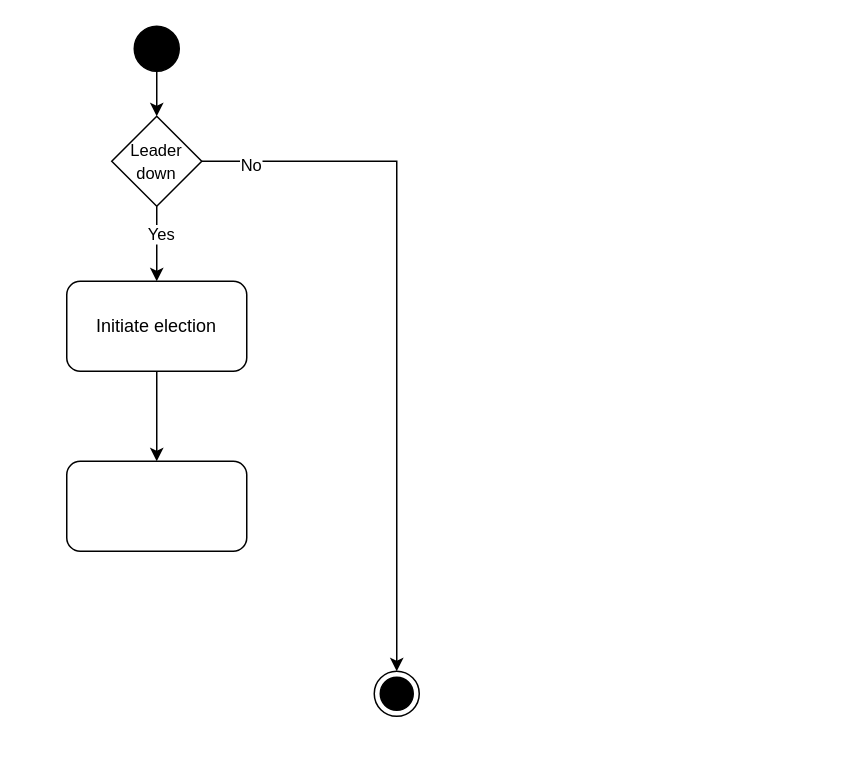
This is page "Activity Diagram" (1 of 2) of Bully/bad bully.drawio from jakoblund2/DS-Leader-Election, a draw.io file, before an edit. Source tidied: cells renumbered, new cells numbered last; positions are measured from the earlier drawing's top-left corner, leaving out a move shared by most shapes. Both pictures are drawn from the tidied source at 150%, with x=0, y=0 at pixel (66, 26).
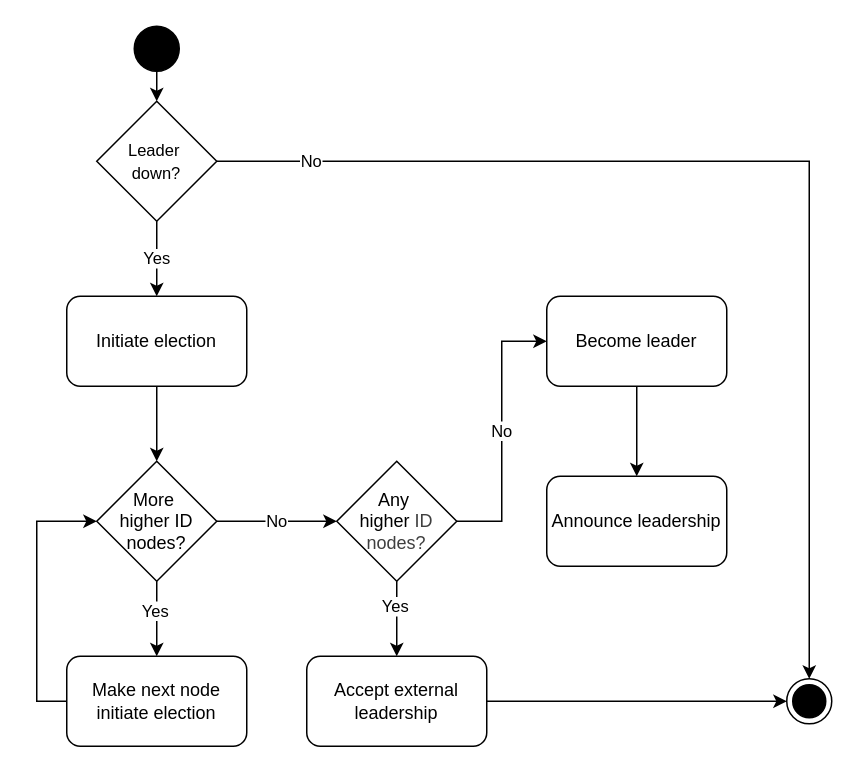
The same diagram, later.

Commit message (it also covers changes not shown here):
activity diagrams

What changed in the source:
```diff
@@
-    <mxCell id="4" style="edgeStyle=none;html=1;exitX=0.5;exitY=1;exitDx=0;exitDy=0;entryX=0.5;entryY=0;entryDx=0;entryDy=0;" parent="1" edge="1" source="8" target="11">
+    <mxCell id="4" value="Yes" style="edgeStyle=none;html=1;exitX=0.5;exitY=1;exitDx=0;exitDy=0;entryX=0.5;entryY=0;entryDx=0;entryDy=0;" parent="1" edge="1" source="8" target="11">
       <mxGeometry relative="1" as="geometry" />
     </mxCell>
-    <mxCell id="5" value="Yes" style="edgeLabel;html=1;align=center;verticalAlign=middle;" parent="4" vertex="1">
-      <mxGeometry x="-0.29" y="2" relative="1" as="geometry" />
-    </mxCell>
-    <mxCell id="6" style="edgeStyle=orthogonalEdgeStyle;html=1;exitX=1;exitY=0.5;exitDx=0;exitDy=0;entryX=0.5;entryY=0;entryDx=0;entryDy=0;rounded=0;curved=0;" parent="1" edge="1" source="8" target="9">
-      <mxGeometry relative="1" as="geometry" />
-    </mxCell>
-    <mxCell id="7" value="No" style="edgeLabel;html=1;align=center;verticalAlign=middle;" parent="6" vertex="1">
-      <mxGeometry x="-0.86" y="-2" relative="1" as="geometry">
-        <mxPoint x="-1" as="offset" />
-      </mxGeometry>
-    </mxCell>
-    <mxCell id="8" value="&lt;font style=&quot;font-size: 11px;&quot;&gt;Leader down&lt;/font&gt;" style="rhombus;whiteSpace=wrap;html=1;" parent="1" vertex="1">
-      <mxGeometry x="30" y="60" width="60" height="60" as="geometry" />
+    <mxCell id="8" value="&lt;font style=&quot;font-size: 11px;&quot;&gt;Leader&amp;nbsp;&lt;/font&gt;&lt;div&gt;&lt;font style=&quot;font-size: 11px;&quot;&gt;down?&lt;/font&gt;&lt;/div&gt;" style="rhombus;whiteSpace=wrap;html=1;" parent="1" vertex="1">
+      <mxGeometry x="20" y="50" width="80" height="80" as="geometry" />
     </mxCell>
     <mxCell id="9" style="ellipse;html=1;shape=endState;fillColor=strokeColor;" parent="1" vertex="1">
-      <mxGeometry x="205" y="430" width="30" height="30" as="geometry" />
+      <mxGeometry x="480" y="435" width="30" height="30" as="geometry" />
     </mxCell>
-    <mxCell id="10" style="edgeStyle=none;html=1;exitX=0.5;exitY=1;exitDx=0;exitDy=0;entryX=0.5;entryY=0;entryDx=0;entryDy=0;" parent="1" edge="1" source="11" target="12">
-      <mxGeometry relative="1" as="geometry" />
-    </mxCell>
+    <mxCell id="13" style="edgeStyle=none;html=1;exitX=0.5;exitY=1;exitDx=0;exitDy=0;entryX=0.5;entryY=0;entryDx=0;entryDy=0;" parent="1" edge="1" source="11" target="17">
+      <mxGeometry relative="1" as="geometry" />
+    </mxCell>
     <mxCell id="11" value="Initiate election" style="rounded=1;whiteSpace=wrap;html=1;" parent="1" vertex="1">
-      <mxGeometry y="170" width="120" height="60" as="geometry" />
+      <mxGeometry y="180" width="120" height="60" as="geometry" />
     </mxCell>
-    <mxCell id="12" style="rounded=1;whiteSpace=wrap;html=1;" parent="1" vertex="1">
-      <mxGeometry y="290" width="120" height="60" as="geometry" />
-    </mxCell>
+    <mxCell id="14" value="No" style="edgeStyle=none;html=1;exitX=1;exitY=0.5;exitDx=0;exitDy=0;entryX=0;entryY=0.5;entryDx=0;entryDy=0;" parent="1" edge="1" source="17" target="21">
+      <mxGeometry relative="1" as="geometry" />
+    </mxCell>
+    <mxCell id="15" style="edgeStyle=none;html=1;exitX=0.5;exitY=1;exitDx=0;exitDy=0;entryX=0.5;entryY=0;entryDx=0;entryDy=0;" parent="1" edge="1" source="17" target="23">
+      <mxGeometry relative="1" as="geometry" />
+    </mxCell>
+    <mxCell id="16" value="Yes" style="edgeLabel;html=1;align=center;verticalAlign=middle;" parent="15" vertex="1">
+      <mxGeometry x="-0.24" y="-2" relative="1" as="geometry" />
+    </mxCell>
+    <mxCell id="17" value="More&amp;nbsp;&lt;div&gt;higher ID nodes?&lt;/div&gt;" style="rhombus;whiteSpace=wrap;html=1;" parent="1" vertex="1">
+      <mxGeometry x="20" y="290" width="80" height="80" as="geometry" />
+    </mxCell>
+    <mxCell id="6" value="No" style="edgeStyle=orthogonalEdgeStyle;html=1;exitX=1;exitY=0.5;exitDx=0;exitDy=0;entryX=0.5;entryY=0;entryDx=0;entryDy=0;rounded=0;curved=0;" parent="1" edge="1" source="8" target="9">
+      <mxGeometry x="-0.83" relative="1" as="geometry" />
+    </mxCell>
+    <mxCell id="18" value="No" style="edgeStyle=orthogonalEdgeStyle;html=1;exitX=1;exitY=0.5;exitDx=0;exitDy=0;entryX=0;entryY=0.5;entryDx=0;entryDy=0;rounded=0;curved=0;" parent="1" edge="1" source="21" target="27">
+      <mxGeometry relative="1" as="geometry" />
+    </mxCell>
+    <mxCell id="19" style="edgeStyle=none;html=1;exitX=0.5;exitY=1;exitDx=0;exitDy=0;entryX=0.5;entryY=0;entryDx=0;entryDy=0;" parent="1" edge="1" source="21" target="25">
+      <mxGeometry relative="1" as="geometry" />
+    </mxCell>
+    <mxCell id="20" value="Yes" style="edgeLabel;html=1;align=center;verticalAlign=middle;" parent="19" vertex="1">
+      <mxGeometry x="-0.37" y="-2" relative="1" as="geometry" />
+    </mxCell>
+    <mxCell id="21" value="Any&amp;nbsp;&lt;div&gt;higher&amp;nbsp;&lt;span style=&quot;color: rgb(63, 63, 63); background-color: transparent;&quot;&gt;ID nodes?&lt;/span&gt;&lt;/div&gt;" style="rhombus;whiteSpace=wrap;html=1;" parent="1" vertex="1">
+      <mxGeometry x="180" y="290" width="80" height="80" as="geometry" />
+    </mxCell>
+    <mxCell id="22" style="edgeStyle=orthogonalEdgeStyle;html=1;exitX=0;exitY=0.5;exitDx=0;exitDy=0;entryX=0;entryY=0.5;entryDx=0;entryDy=0;rounded=0;curved=0;" parent="1" edge="1" source="23" target="17">
+      <mxGeometry relative="1" as="geometry">
+        <Array as="points">
+          <mxPoint x="-20" y="450" />
+          <mxPoint x="-20" y="330" />
+        </Array>
+      </mxGeometry>
+    </mxCell>
+    <mxCell id="23" value="Make next node initiate election" style="rounded=1;whiteSpace=wrap;html=1;" parent="1" vertex="1">
+      <mxGeometry y="420" width="120" height="60" as="geometry" />
+    </mxCell>
+    <mxCell id="24" style="edgeStyle=none;html=1;exitX=1;exitY=0.5;exitDx=0;exitDy=0;entryX=0;entryY=0.5;entryDx=0;entryDy=0;" parent="1" edge="1" source="25" target="9">
+      <mxGeometry relative="1" as="geometry" />
+    </mxCell>
+    <mxCell id="25" value="Accept external leadership" style="rounded=1;whiteSpace=wrap;html=1;" parent="1" vertex="1">
+      <mxGeometry x="160" y="420" width="120" height="60" as="geometry" />
+    </mxCell>
+    <mxCell id="26" style="edgeStyle=none;html=1;exitX=0.5;exitY=1;exitDx=0;exitDy=0;entryX=0.5;entryY=0;entryDx=0;entryDy=0;" parent="1" edge="1" source="27" target="28">
+      <mxGeometry relative="1" as="geometry" />
+    </mxCell>
+    <mxCell id="27" value="Become leader" style="rounded=1;whiteSpace=wrap;html=1;" parent="1" vertex="1">
+      <mxGeometry x="320" y="180" width="120" height="60" as="geometry" />
+    </mxCell>
+    <mxCell id="28" value="Announce leadership" style="rounded=1;whiteSpace=wrap;html=1;" parent="1" vertex="1">
+      <mxGeometry x="320" y="300" width="120" height="60" as="geometry" />
+    </mxCell>
```
